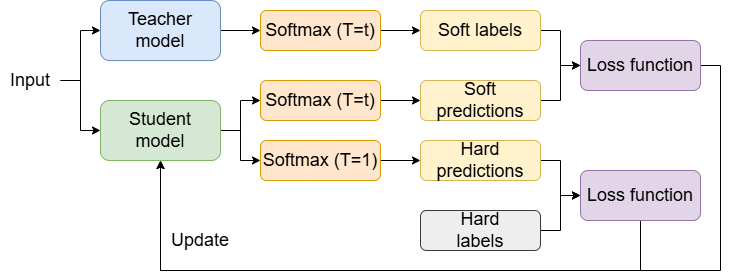
Before: agenticSC/distillation.png, a diagram exported from draw.io (TuuSiwei/paper_image). Source tidied: cells renumbered, new cells last; positions are measured from the earlier drawing's top-left corner, leaving out a move shared by most shapes. Source of this version:
```xml
<mxGraphModel>
  <root>
    <mxCell id="0" />
    <mxCell id="1" parent="0" />
    <mxCell id="2" style="edgeStyle=orthogonalEdgeStyle;rounded=0;jettySize=auto;html=1;exitX=1;exitY=0.5;exitDx=0;exitDy=0;entryX=0;entryY=0.5;entryDx=0;entryDy=0;" parent="1" edge="1" source="4" target="6">
      <mxGeometry relative="1" as="geometry" />
    </mxCell>
    <mxCell id="3" style="edgeStyle=orthogonalEdgeStyle;rounded=0;jettySize=auto;html=1;exitX=1;exitY=0.5;exitDx=0;exitDy=0;entryX=0;entryY=0.5;entryDx=0;entryDy=0;" parent="1" edge="1" source="4" target="9">
      <mxGeometry relative="1" as="geometry" />
    </mxCell>
    <mxCell id="4" value="&lt;font style=&quot;font-size: 18px;&quot;&gt;Input&lt;/font&gt;" style="rounded=1;whiteSpace=wrap;html=1;strokeColor=none;fillColor=none;" parent="1" vertex="1">
      <mxGeometry y="60" width="60" height="40" as="geometry" />
    </mxCell>
    <mxCell id="5" style="edgeStyle=orthogonalEdgeStyle;rounded=0;jettySize=auto;html=1;exitX=1;exitY=0.5;exitDx=0;exitDy=0;entryX=0;entryY=0.5;entryDx=0;entryDy=0;" parent="1" edge="1" source="6" target="11">
      <mxGeometry relative="1" as="geometry" />
    </mxCell>
    <mxCell id="6" value="&lt;font style=&quot;font-size: 18px;&quot;&gt;Teacher model&lt;/font&gt;" style="rounded=1;whiteSpace=wrap;html=1;fillColor=#dae8fc;strokeColor=#6c8ebf;" parent="1" vertex="1">
      <mxGeometry x="100" width="120" height="60" as="geometry" />
    </mxCell>
    <mxCell id="7" style="edgeStyle=orthogonalEdgeStyle;rounded=0;jettySize=auto;html=1;exitX=1;exitY=0.5;exitDx=0;exitDy=0;entryX=0;entryY=0.5;entryDx=0;entryDy=0;" parent="1" edge="1" source="9" target="13">
      <mxGeometry relative="1" as="geometry" />
    </mxCell>
    <mxCell id="8" style="edgeStyle=orthogonalEdgeStyle;rounded=0;jettySize=auto;html=1;exitX=1;exitY=0.5;exitDx=0;exitDy=0;entryX=0;entryY=0.5;entryDx=0;entryDy=0;" parent="1" edge="1" source="9" target="15">
      <mxGeometry relative="1" as="geometry" />
    </mxCell>
    <mxCell id="9" value="&lt;font style=&quot;font-size: 18px;&quot;&gt;Student&lt;/font&gt;&lt;div&gt;&lt;font style=&quot;font-size: 18px;&quot;&gt;model&lt;/font&gt;&lt;/div&gt;" style="rounded=1;whiteSpace=wrap;html=1;fillColor=#d5e8d4;strokeColor=#82b366;" parent="1" vertex="1">
      <mxGeometry x="100" y="100" width="120" height="60" as="geometry" />
    </mxCell>
    <mxCell id="10" style="edgeStyle=orthogonalEdgeStyle;rounded=0;jettySize=auto;html=1;exitX=1;exitY=0.5;exitDx=0;exitDy=0;entryX=0;entryY=0.5;entryDx=0;entryDy=0;" parent="1" edge="1" source="11" target="17">
      <mxGeometry relative="1" as="geometry" />
    </mxCell>
    <mxCell id="11" value="&lt;font style=&quot;font-size: 18px;&quot;&gt;Softmax (T=t)&lt;/font&gt;" style="rounded=1;whiteSpace=wrap;html=1;fillColor=#ffe6cc;strokeColor=#d79b00;" parent="1" vertex="1">
      <mxGeometry x="260" y="10" width="120" height="40" as="geometry" />
    </mxCell>
    <mxCell id="12" style="edgeStyle=orthogonalEdgeStyle;rounded=0;jettySize=auto;html=1;exitX=1;exitY=0.5;exitDx=0;exitDy=0;entryX=0;entryY=0.5;entryDx=0;entryDy=0;" parent="1" edge="1" source="13" target="19">
      <mxGeometry relative="1" as="geometry" />
    </mxCell>
    <mxCell id="13" value="&lt;font style=&quot;font-size: 18px;&quot;&gt;Softmax (T=t)&lt;/font&gt;" style="rounded=1;whiteSpace=wrap;html=1;fillColor=#ffe6cc;strokeColor=#d79b00;" parent="1" vertex="1">
      <mxGeometry x="260" y="80" width="120" height="40" as="geometry" />
    </mxCell>
    <mxCell id="14" style="edgeStyle=orthogonalEdgeStyle;rounded=0;jettySize=auto;html=1;exitX=1;exitY=0.5;exitDx=0;exitDy=0;entryX=0;entryY=0.5;entryDx=0;entryDy=0;" parent="1" edge="1" source="15" target="21">
      <mxGeometry relative="1" as="geometry" />
    </mxCell>
    <mxCell id="15" value="&lt;font style=&quot;font-size: 18px;&quot;&gt;Softmax (T=1)&lt;/font&gt;" style="rounded=1;whiteSpace=wrap;html=1;fillColor=#ffe6cc;strokeColor=#d79b00;" parent="1" vertex="1">
      <mxGeometry x="260" y="140" width="120" height="40" as="geometry" />
    </mxCell>
    <mxCell id="16" style="edgeStyle=orthogonalEdgeStyle;rounded=0;jettySize=auto;html=1;exitX=1;exitY=0.5;exitDx=0;exitDy=0;entryX=0;entryY=0.5;entryDx=0;entryDy=0;" parent="1" edge="1" source="17" target="25">
      <mxGeometry relative="1" as="geometry" />
    </mxCell>
    <mxCell id="17" value="&lt;font style=&quot;font-size: 18px;&quot;&gt;Soft labels&lt;/font&gt;" style="rounded=1;whiteSpace=wrap;html=1;fillColor=#fff2cc;strokeColor=#d6b656;" parent="1" vertex="1">
      <mxGeometry x="420" y="10" width="120" height="40" as="geometry" />
    </mxCell>
    <mxCell id="18" style="edgeStyle=orthogonalEdgeStyle;rounded=0;jettySize=auto;html=1;exitX=1;exitY=0.5;exitDx=0;exitDy=0;entryX=0;entryY=0.5;entryDx=0;entryDy=0;" parent="1" edge="1" source="19" target="25">
      <mxGeometry relative="1" as="geometry" />
    </mxCell>
    <mxCell id="19" value="&lt;font style=&quot;font-size: 18px;&quot;&gt;Soft predictions&lt;/font&gt;" style="rounded=1;whiteSpace=wrap;html=1;fillColor=#fff2cc;strokeColor=#d6b656;" parent="1" vertex="1">
      <mxGeometry x="420" y="80" width="120" height="40" as="geometry" />
    </mxCell>
    <mxCell id="20" style="edgeStyle=orthogonalEdgeStyle;rounded=0;jettySize=auto;html=1;exitX=1;exitY=0.5;exitDx=0;exitDy=0;entryX=0;entryY=0.5;entryDx=0;entryDy=0;" parent="1" edge="1" source="21" target="27">
      <mxGeometry relative="1" as="geometry" />
    </mxCell>
    <mxCell id="21" value="&lt;font style=&quot;font-size: 18px;&quot;&gt;Hard&lt;/font&gt;&lt;div&gt;&lt;font style=&quot;font-size: 18px;&quot;&gt;predictions&lt;/font&gt;&lt;/div&gt;" style="rounded=1;whiteSpace=wrap;html=1;fillColor=#fff2cc;strokeColor=#d6b656;" parent="1" vertex="1">
      <mxGeometry x="420" y="140" width="120" height="40" as="geometry" />
    </mxCell>
    <mxCell id="22" style="edgeStyle=orthogonalEdgeStyle;rounded=0;jettySize=auto;html=1;exitX=1;exitY=0.5;exitDx=0;exitDy=0;" parent="1" edge="1" source="23" target="27">
      <mxGeometry relative="1" as="geometry" />
    </mxCell>
    <mxCell id="23" value="&lt;font style=&quot;font-size: 18px;&quot;&gt;Hard&lt;/font&gt;&lt;div&gt;&lt;font style=&quot;font-size: 18px;&quot;&gt;labels&lt;/font&gt;&lt;/div&gt;" style="rounded=1;whiteSpace=wrap;html=1;fillColor=#eeeeee;strokeColor=#36393d;" parent="1" vertex="1">
      <mxGeometry x="420" y="210" width="120" height="40" as="geometry" />
    </mxCell>
    <mxCell id="24" style="edgeStyle=orthogonalEdgeStyle;rounded=0;jettySize=auto;html=1;exitX=1;exitY=0.5;exitDx=0;exitDy=0;entryX=0.5;entryY=1;entryDx=0;entryDy=0;" parent="1" edge="1" source="25" target="9">
      <mxGeometry relative="1" as="geometry">
        <Array as="points">
          <mxPoint x="720" y="65" />
          <mxPoint x="720" y="270" />
          <mxPoint x="160" y="270" />
        </Array>
      </mxGeometry>
    </mxCell>
    <mxCell id="25" value="&lt;font style=&quot;font-size: 18px;&quot;&gt;Loss function&lt;/font&gt;" style="rounded=1;whiteSpace=wrap;html=1;fillColor=#e1d5e7;strokeColor=#9673a6;" parent="1" vertex="1">
      <mxGeometry x="580" y="40" width="120" height="50" as="geometry" />
    </mxCell>
    <mxCell id="26" style="edgeStyle=orthogonalEdgeStyle;rounded=0;jettySize=auto;html=1;exitX=0.5;exitY=1;exitDx=0;exitDy=0;entryX=0.5;entryY=1;entryDx=0;entryDy=0;" parent="1" edge="1" source="27" target="9">
      <mxGeometry relative="1" as="geometry">
        <Array as="points">
          <mxPoint x="640" y="270" />
          <mxPoint x="160" y="270" />
        </Array>
      </mxGeometry>
    </mxCell>
    <mxCell id="27" value="&lt;font style=&quot;font-size: 18px;&quot;&gt;Loss function&lt;/font&gt;" style="rounded=1;whiteSpace=wrap;html=1;fillColor=#e1d5e7;strokeColor=#9673a6;" parent="1" vertex="1">
      <mxGeometry x="580" y="170" width="120" height="50" as="geometry" />
    </mxCell>
    <mxCell id="28" value="&lt;font style=&quot;font-size: 18px;&quot;&gt;Update&lt;/font&gt;" style="rounded=1;whiteSpace=wrap;html=1;strokeColor=none;fillColor=none;" parent="1" vertex="1">
      <mxGeometry x="170" y="220" width="60" height="40" as="geometry" />
    </mxCell>
  </root>
</mxGraphModel>
```
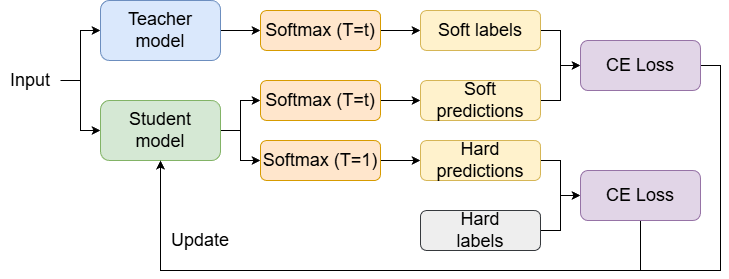
The same diagram one commit later.

The edit, as a diff of the source:
```diff
@@ -77,7 +77,7 @@
         </Array>
       </mxGeometry>
     </mxCell>
-    <mxCell id="25" value="&lt;font style=&quot;font-size: 18px;&quot;&gt;Loss function&lt;/font&gt;" style="rounded=1;whiteSpace=wrap;html=1;fillColor=#e1d5e7;strokeColor=#9673a6;" parent="1" vertex="1">
+    <mxCell id="25" value="&lt;span style=&quot;font-size: 18px;&quot;&gt;CE Loss&lt;/span&gt;" style="rounded=1;whiteSpace=wrap;html=1;fillColor=#e1d5e7;strokeColor=#9673a6;" parent="1" vertex="1">
       <mxGeometry x="580" y="40" width="120" height="50" as="geometry" />
     </mxCell>
     <mxCell id="26" style="edgeStyle=orthogonalEdgeStyle;rounded=0;jettySize=auto;html=1;exitX=0.5;exitY=1;exitDx=0;exitDy=0;entryX=0.5;entryY=1;entryDx=0;entryDy=0;" parent="1" edge="1" source="27" target="9">
@@ -88,7 +88,7 @@
         </Array>
       </mxGeometry>
     </mxCell>
-    <mxCell id="27" value="&lt;font style=&quot;font-size: 18px;&quot;&gt;Loss function&lt;/font&gt;" style="rounded=1;whiteSpace=wrap;html=1;fillColor=#e1d5e7;strokeColor=#9673a6;" parent="1" vertex="1">
+    <mxCell id="27" value="&lt;font style=&quot;font-size: 18px;&quot;&gt;CE Loss&lt;/font&gt;" style="rounded=1;whiteSpace=wrap;html=1;fillColor=#e1d5e7;strokeColor=#9673a6;" parent="1" vertex="1">
       <mxGeometry x="580" y="170" width="120" height="50" as="geometry" />
     </mxCell>
     <mxCell id="28" value="&lt;font style=&quot;font-size: 18px;&quot;&gt;Update&lt;/font&gt;" style="rounded=1;whiteSpace=wrap;html=1;strokeColor=none;fillColor=none;" parent="1" vertex="1">
```
